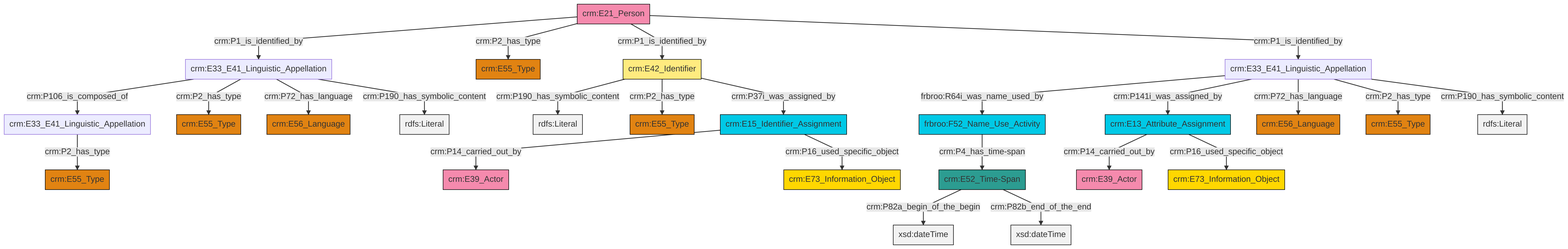
This is et/personCSV/ttl/mmd/png/Person_Names_and_Classification.png from swiss-art-research-net/reference-data-models, a Mermaid export, as it was before one commit. Its source is kept beside it as et/personCSV/ttl/mmd/Person_Names_and_Classification.ttl.mmd.
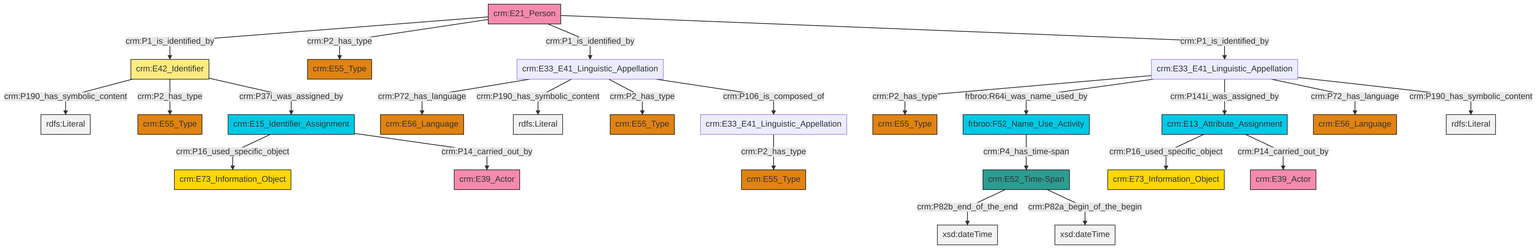
Later version of the same file.

The edit, as a diff of the source:
```diff
@@ -13,27 +13,27 @@
 classDef PC_Classes fill:#4ce600, stroke:#000000;
 classDef Multi fill:#cccccc,stroke:#000000;
 
-0["crm:E33_E41_Linguistic_Appellation"]:::Default -->|crm:P106_is_composed_of| 1["crm:E33_E41_Linguistic_Appellation"]:::Default
-0["crm:E33_E41_Linguistic_Appellation"]:::Default -->|crm:P2_has_type| 2["crm:E55_Type"]:::Type
-3["crm:E15_Identifier_Assignment"]:::Temporal_Entity -->|crm:P14_carried_out_by| 5["crm:E39_Actor"]:::Actor
-8["frbroo:F52_Name_Use_Activity"]:::Temporal_Entity -->|crm:P4_has_time-span| 9["crm:E52_Time-Span"]:::Time-Span
-9["crm:E52_Time-Span"]:::Time-Span -->|crm:P82a_begin_of_the_begin| 10[xsd:dateTime]:::Literal
-0["crm:E33_E41_Linguistic_Appellation"]:::Default -->|crm:P72_has_language| 12["crm:E56_Language"]:::Type
-13["crm:E33_E41_Linguistic_Appellation"]:::Default -->|frbroo:R64i_was_name_used_by| 8["frbroo:F52_Name_Use_Activity"]:::Temporal_Entity
-13["crm:E33_E41_Linguistic_Appellation"]:::Default -->|crm:P141i_was_assigned_by| 14["crm:E13_Attribute_Assignment"]:::Temporal_Entity
-17["crm:E42_Identifier"]:::Appellation -->|crm:P190_has_symbolic_content| 18[rdfs:Literal]:::Literal
-17["crm:E42_Identifier"]:::Appellation -->|crm:P2_has_type| 21["crm:E55_Type"]:::Type
-17["crm:E42_Identifier"]:::Appellation -->|crm:P37i_was_assigned_by| 3["crm:E15_Identifier_Assignment"]:::Temporal_Entity
-15["crm:E21_Person"]:::Actor -->|crm:P1_is_identified_by| 0["crm:E33_E41_Linguistic_Appellation"]:::Default
-14["crm:E13_Attribute_Assignment"]:::Temporal_Entity -->|crm:P14_carried_out_by| 28["crm:E39_Actor"]:::Actor
-0["crm:E33_E41_Linguistic_Appellation"]:::Default -->|crm:P190_has_symbolic_content| 31[rdfs:Literal]:::Literal
-13["crm:E33_E41_Linguistic_Appellation"]:::Default -->|crm:P72_has_language| 35["crm:E56_Language"]:::Type
-15["crm:E21_Person"]:::Actor -->|crm:P2_has_type| 6["crm:E55_Type"]:::Type
-3["crm:E15_Identifier_Assignment"]:::Temporal_Entity -->|crm:P16_used_specific_object| 23["crm:E73_Information_Object"]:::Conceptual_Object
-13["crm:E33_E41_Linguistic_Appellation"]:::Default -->|crm:P2_has_type| 19["crm:E55_Type"]:::Type
-1["crm:E33_E41_Linguistic_Appellation"]:::Default -->|crm:P2_has_type| 26["crm:E55_Type"]:::Type
-9["crm:E52_Time-Span"]:::Time-Span -->|crm:P82b_end_of_the_end| 40[xsd:dateTime]:::Literal
-15["crm:E21_Person"]:::Actor -->|crm:P1_is_identified_by| 17["crm:E42_Identifier"]:::Appellation
-13["crm:E33_E41_Linguistic_Appellation"]:::Default -->|crm:P190_has_symbolic_content| 45[rdfs:Literal]:::Literal
-15["crm:E21_Person"]:::Actor -->|crm:P1_is_identified_by| 13["crm:E33_E41_Linguistic_Appellation"]:::Default
-14["crm:E13_Attribute_Assignment"]:::Temporal_Entity -->|crm:P16_used_specific_object| 38["crm:E73_Information_Object"]:::Conceptual_Object
+4["crm:E15_Identifier_Assignment"]:::Temporal_Entity -->|crm:P16_used_specific_object| 0["crm:E73_Information_Object"]:::Conceptual_Object
+5["crm:E42_Identifier"]:::Appellation -->|crm:P190_has_symbolic_content| 6[rdfs:Literal]:::Literal
+7["crm:E33_E41_Linguistic_Appellation"]:::Default -->|crm:P2_has_type| 2["crm:E55_Type"]:::Type
+11["crm:E21_Person"]:::Actor -->|crm:P1_is_identified_by| 5["crm:E42_Identifier"]:::Appellation
+7["crm:E33_E41_Linguistic_Appellation"]:::Default -->|frbroo:R64i_was_name_used_by| 12["frbroo:F52_Name_Use_Activity"]:::Temporal_Entity
+11["crm:E21_Person"]:::Actor -->|crm:P2_has_type| 13["crm:E55_Type"]:::Type
+14["crm:E33_E41_Linguistic_Appellation"]:::Default -->|crm:P2_has_type| 15["crm:E55_Type"]:::Type
+4["crm:E15_Identifier_Assignment"]:::Temporal_Entity -->|crm:P14_carried_out_by| 18["crm:E39_Actor"]:::Actor
+19["crm:E52_Time-Span"]:::Time-Span -->|crm:P82b_end_of_the_end| 20[xsd:dateTime]:::Literal
+7["crm:E33_E41_Linguistic_Appellation"]:::Default -->|crm:P141i_was_assigned_by| 16["crm:E13_Attribute_Assignment"]:::Temporal_Entity
+5["crm:E42_Identifier"]:::Appellation -->|crm:P2_has_type| 24["crm:E55_Type"]:::Type
+7["crm:E33_E41_Linguistic_Appellation"]:::Default -->|crm:P72_has_language| 26["crm:E56_Language"]:::Type
+7["crm:E33_E41_Linguistic_Appellation"]:::Default -->|crm:P190_has_symbolic_content| 30[rdfs:Literal]:::Literal
+11["crm:E21_Person"]:::Actor -->|crm:P1_is_identified_by| 35["crm:E33_E41_Linguistic_Appellation"]:::Default
+16["crm:E13_Attribute_Assignment"]:::Temporal_Entity -->|crm:P16_used_specific_object| 36["crm:E73_Information_Object"]:::Conceptual_Object
+35["crm:E33_E41_Linguistic_Appellation"]:::Default -->|crm:P72_has_language| 27["crm:E56_Language"]:::Type
+16["crm:E13_Attribute_Assignment"]:::Temporal_Entity -->|crm:P14_carried_out_by| 8["crm:E39_Actor"]:::Actor
+35["crm:E33_E41_Linguistic_Appellation"]:::Default -->|crm:P190_has_symbolic_content| 39[rdfs:Literal]:::Literal
+35["crm:E33_E41_Linguistic_Appellation"]:::Default -->|crm:P2_has_type| 22["crm:E55_Type"]:::Type
+5["crm:E42_Identifier"]:::Appellation -->|crm:P37i_was_assigned_by| 4["crm:E15_Identifier_Assignment"]:::Temporal_Entity
+12["frbroo:F52_Name_Use_Activity"]:::Temporal_Entity -->|crm:P4_has_time-span| 19["crm:E52_Time-Span"]:::Time-Span
+19["crm:E52_Time-Span"]:::Time-Span -->|crm:P82a_begin_of_the_begin| 42[xsd:dateTime]:::Literal
+35["crm:E33_E41_Linguistic_Appellation"]:::Default -->|crm:P106_is_composed_of| 14["crm:E33_E41_Linguistic_Appellation"]:::Default
+11["crm:E21_Person"]:::Actor -->|crm:P1_is_identified_by| 7["crm:E33_E41_Linguistic_Appellation"]:::Default
```
